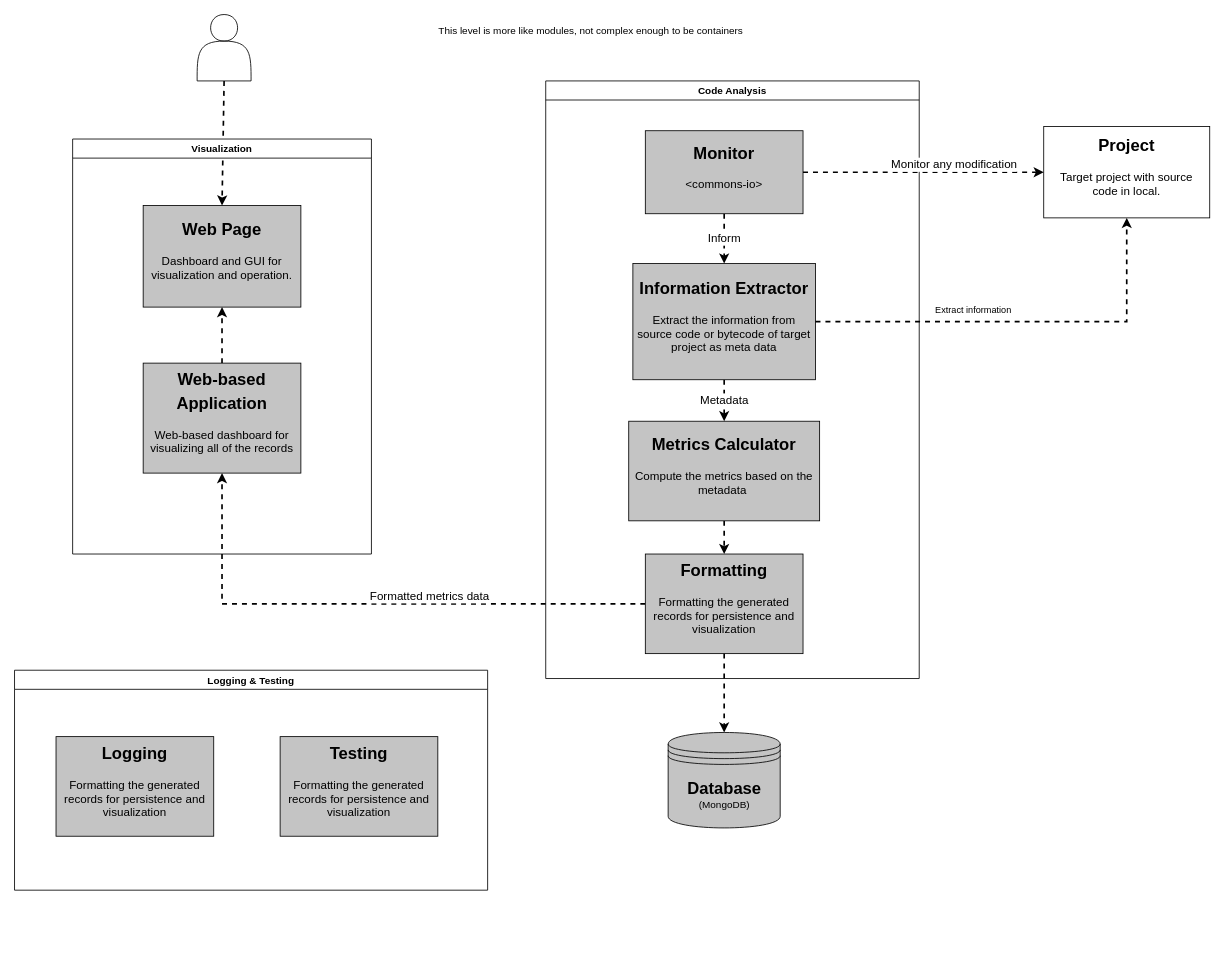
Before: design/C4-Component.drawio in liaoooyx/t4m, a draw.io diagram. Source tidied: cells renumbered, new cells numbered last; positions are measured from the earlier drawing's top-left corner, leaving out a move shared by most shapes. Both pictures are drawn from the tidied source at 83%, with x=0, y=0 at pixel (14, 14).
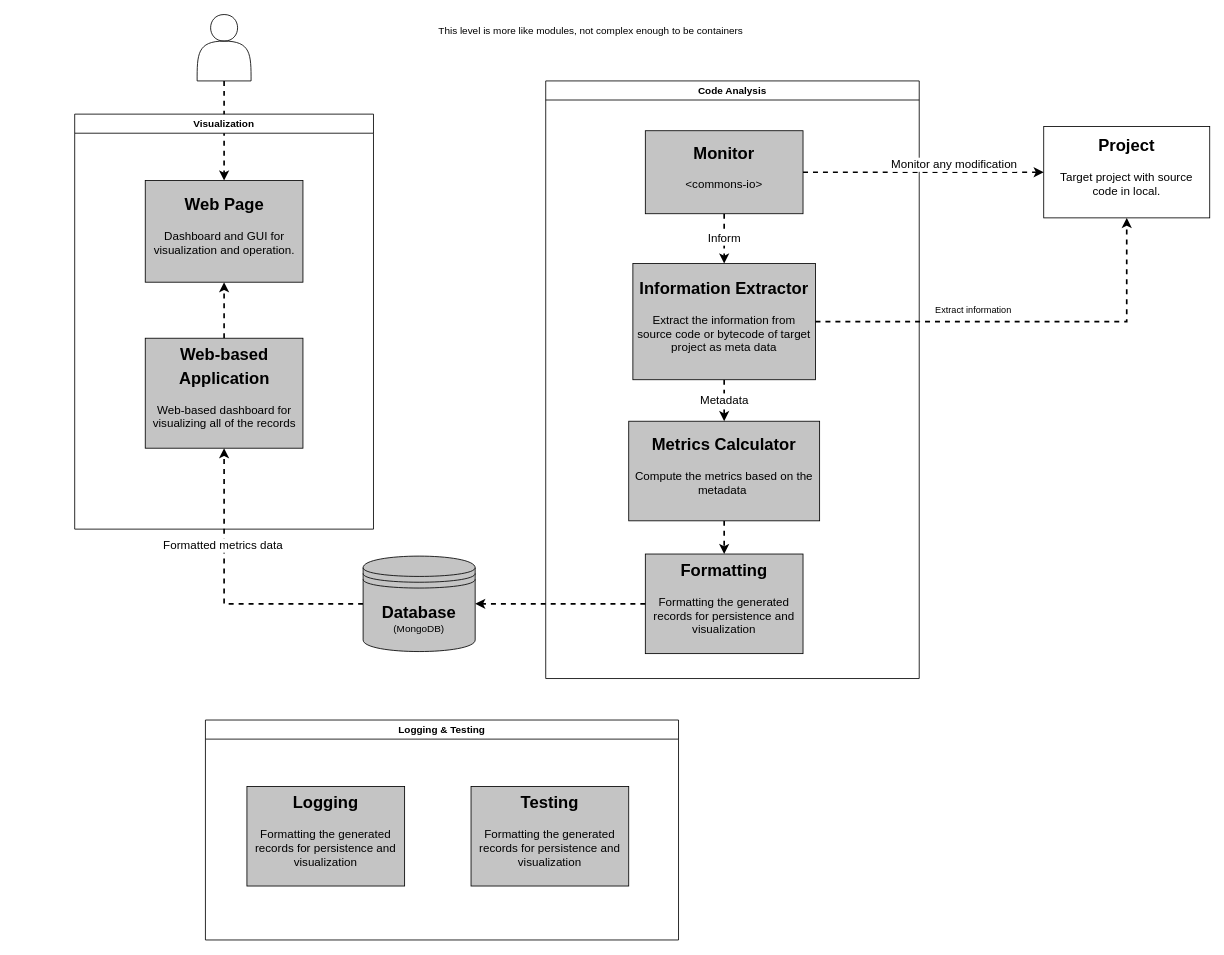
Above is the later version.

The change refers to these unchanged cells:
```xml
<mxCell id="13" value="&lt;h1&gt;&lt;font style=&quot;font-size: 20px&quot;&gt;Web-based Application&lt;/font&gt;&lt;/h1&gt;&lt;p&gt;&lt;font style=&quot;font-size: 14px&quot;&gt;Web-based dashboard for visualizing all of the records&lt;/font&gt;&lt;/p&gt;" style="text;html=1;strokeColor=#000000;fillColor=#C4C4C4;spacing=5;spacingTop=-20;whiteSpace=wrap;overflow=hidden;rounded=0;verticalAlign=middle;horizontal=1;align=center;labelPosition=center;verticalLabelPosition=middle;shadow=0;" parent="11" vertex="1">
  <mxGeometry x="85" y="270" width="190" height="132.5" as="geometry" />
</mxCell>
<mxCell id="18" value="&lt;h1&gt;&lt;font style=&quot;font-size: 20px&quot;&gt;Formatting&lt;/font&gt;&lt;/h1&gt;&lt;p&gt;&lt;font style=&quot;font-size: 14px&quot;&gt;Formatting the generated records for persistence and visualization&lt;/font&gt;&lt;/p&gt;" style="text;html=1;strokeColor=#000000;fillColor=#C4C4C4;spacing=5;spacingTop=-20;whiteSpace=wrap;overflow=hidden;rounded=0;verticalAlign=middle;horizontal=1;align=center;labelPosition=center;verticalLabelPosition=middle;shadow=0;" parent="15" vertex="1">
  <mxGeometry x="120" y="570" width="190" height="120" as="geometry" />
</mxCell>
```

Diff of the diagram source:
```diff
@@
-    <mxCell id="5" style="edgeStyle=orthogonalEdgeStyle;rounded=0;jettySize=auto;html=1;entryX=0.5;entryY=1;entryDx=0;entryDy=0;dashed=1;strokeWidth=2;horizontal=1;" parent="1" edge="1" source="18" target="13">
+    <mxCell id="5" style="edgeStyle=orthogonalEdgeStyle;rounded=0;jettySize=auto;html=1;entryX=0.5;entryY=1;entryDx=0;entryDy=0;dashed=1;strokeWidth=2;horizontal=1;" parent="1" edge="1" source="7" target="13">
       <mxGeometry relative="1" as="geometry" />
     </mxCell>
-    <mxCell id="6" value="Formatted metrics data" style="edgeLabel;html=1;align=center;verticalAlign=middle;horizontal=1;fontSize=14;" parent="5" vertex="1">
-      <mxGeometry x="-0.27" y="4" relative="1" as="geometry">
-        <mxPoint x="-16.7" y="-14" as="offset" />
+    <mxCell id="6" value="Formatted metrics data" style="edgeLabel;html=1;align=center;verticalAlign=middle;fontSize=14;" parent="5" vertex="1">
+      <mxGeometry x="-0.05" y="-70" relative="1" as="geometry">
+        <mxPoint x="-72" y="-69" as="offset" />
       </mxGeometry>
     </mxCell>
-    <mxCell id="7" value="&lt;font&gt;&lt;b style=&quot;font-size: 20px&quot;&gt;Database&lt;/b&gt;&lt;br&gt;&lt;font style=&quot;font-size: 12px&quot;&gt;(MongoDB)&lt;/font&gt;&lt;br&gt;&lt;/font&gt;" style="shape=datastore;whiteSpace=wrap;html=1;strokeColor=#000000;fillColor=#C4C4C4;fontSize=12;align=center;shadow=0;horizontal=1;" parent="1" vertex="1">
-      <mxGeometry x="787.5" y="865" width="135" height="115" as="geometry" />
-    </mxCell>
@@
     <mxCell id="11" value="Visualization" style="swimlane;horizontal=1;" parent="1" vertex="1">
-      <mxGeometry x="70" y="150" width="360" height="500" as="geometry" />
+      <mxGeometry x="72.5" y="120" width="360" height="500" as="geometry" />
     </mxCell>
@@
     <mxCell id="23" value="Logging &amp; Testing" style="swimlane;horizontal=1;" parent="1" vertex="1">
-      <mxGeometry y="790" width="570" height="265" as="geometry" />
+      <mxGeometry x="230" y="850" width="570" height="265" as="geometry" />
     </mxCell>
@@
-    <mxCell id="30" style="edgeStyle=orthogonalEdgeStyle;rounded=0;jettySize=auto;html=1;exitX=0.5;exitY=1;exitDx=0;exitDy=0;entryX=0.5;entryY=0;entryDx=0;entryDy=0;dashed=1;strokeWidth=2;horizontal=1;" parent="1" edge="1" source="18" target="7">
+    <mxCell id="30" style="edgeStyle=orthogonalEdgeStyle;rounded=0;jettySize=auto;html=1;exitX=0;exitY=0.5;exitDx=0;exitDy=0;entryX=1;entryY=0.5;entryDx=0;entryDy=0;dashed=1;strokeWidth=2;horizontal=1;" parent="1" edge="1" source="18" target="7">
       <mxGeometry relative="1" as="geometry" />
     </mxCell>
+    <mxCell id="7" value="&lt;font&gt;&lt;b style=&quot;font-size: 20px&quot;&gt;Database&lt;/b&gt;&lt;br&gt;&lt;font style=&quot;font-size: 12px&quot;&gt;(MongoDB)&lt;/font&gt;&lt;br&gt;&lt;/font&gt;" style="shape=datastore;whiteSpace=wrap;html=1;strokeColor=#000000;fillColor=#C4C4C4;fontSize=12;align=center;shadow=0;horizontal=1;" parent="1" vertex="1">
+      <mxGeometry x="420" y="652.5" width="135" height="115" as="geometry" />
+    </mxCell>
```
